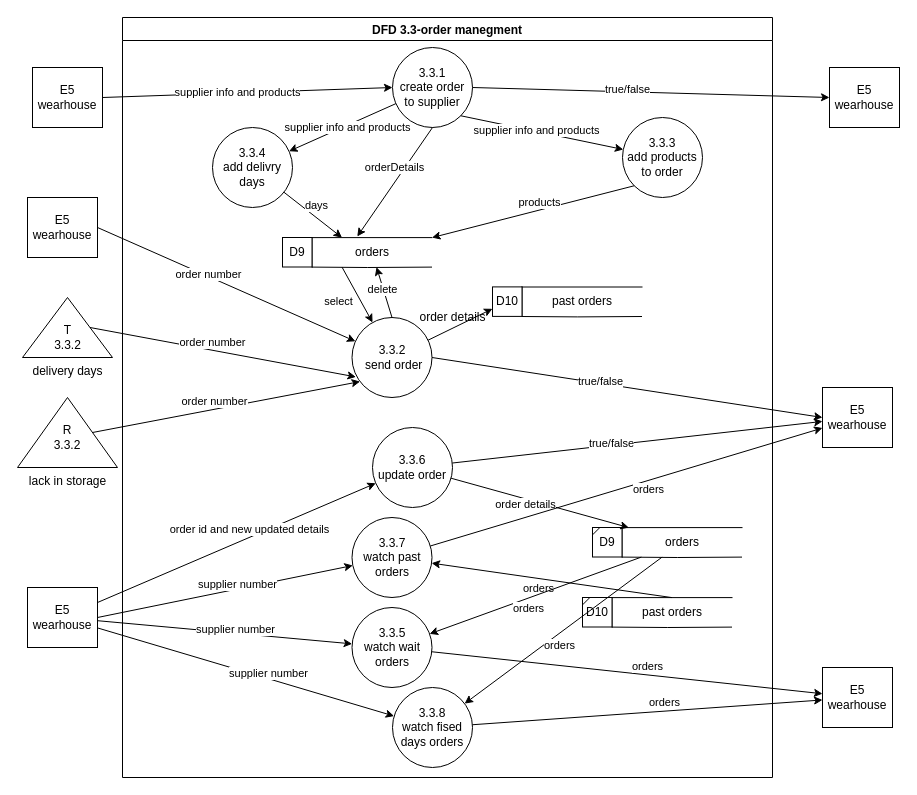
Earlier version of the draw.io diagram page "dfd3.3" (4 of 4) of docs/DFD/DFD3_Supplier.drawio (Naveavra/Market). Source tidied: cells renumbered, new cells numbered last; positions are measured from the earlier drawing's top-left corner, leaving out a move shared by most shapes. Both pictures are drawn from the tidied source at 100%, with x=0, y=0 at pixel (17, 17).
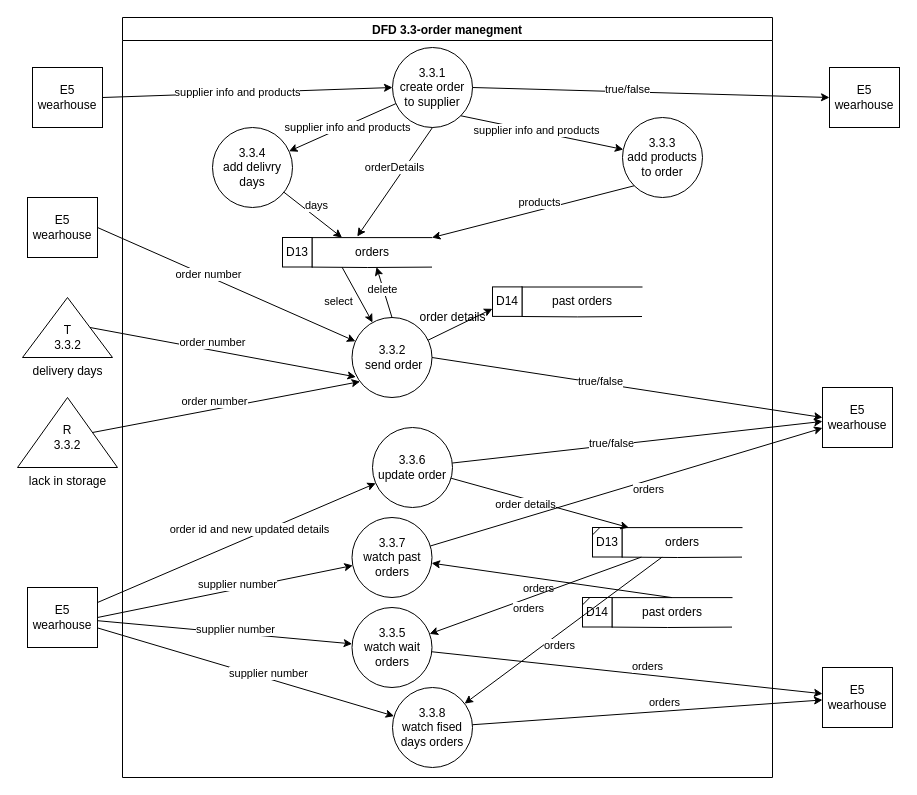
The same page after the edit.

The change refers to these unchanged cells:
```xml
<mxCell id="21" style="group;" parent="2" vertex="1">
  <mxGeometry x="160" y="220" width="149.5" height="29.6" as="geometry" />
</mxCell>
<mxCell id="25" style="group;" parent="2" vertex="1">
  <mxGeometry x="370" y="269.4" width="149.5" height="29.6" as="geometry" />
</mxCell>
<mxCell id="34" style="group;" parent="2" vertex="1">
  <mxGeometry x="470" y="510" width="149.5" height="29.6" as="geometry" />
</mxCell>
<mxCell id="43" style="group;" parent="2" vertex="1">
  <mxGeometry x="460" y="580" width="149.5" height="29.6" as="geometry" />
</mxCell>
```

Diff of the diagram source:
```diff
@@
-    <mxCell id="24" value="D9" style="whiteSpace=wrap;html=1;" parent="21" vertex="1">
+    <mxCell id="24" value="D13" style="whiteSpace=wrap;html=1;" parent="21" vertex="1">
       <mxGeometry width="29.5" height="29.5" as="geometry" />
     </mxCell>
@@
-    <mxCell id="28" value="D10" style="whiteSpace=wrap;html=1;" parent="25" vertex="1">
+    <mxCell id="28" value="D14" style="whiteSpace=wrap;html=1;" parent="25" vertex="1">
       <mxGeometry width="29.5" height="29.5" as="geometry" />
     </mxCell>
@@
-    <mxCell id="37" value="D9" style="whiteSpace=wrap;html=1;" parent="34" vertex="1">
+    <mxCell id="37" value="D13" style="whiteSpace=wrap;html=1;" parent="34" vertex="1">
       <mxGeometry width="29.5" height="29.5" as="geometry" />
     </mxCell>
@@
-    <mxCell id="46" value="D10" style="whiteSpace=wrap;html=1;" parent="43" vertex="1">
+    <mxCell id="46" value="D14" style="whiteSpace=wrap;html=1;" parent="43" vertex="1">
       <mxGeometry width="29.5" height="29.5" as="geometry" />
     </mxCell>
```
